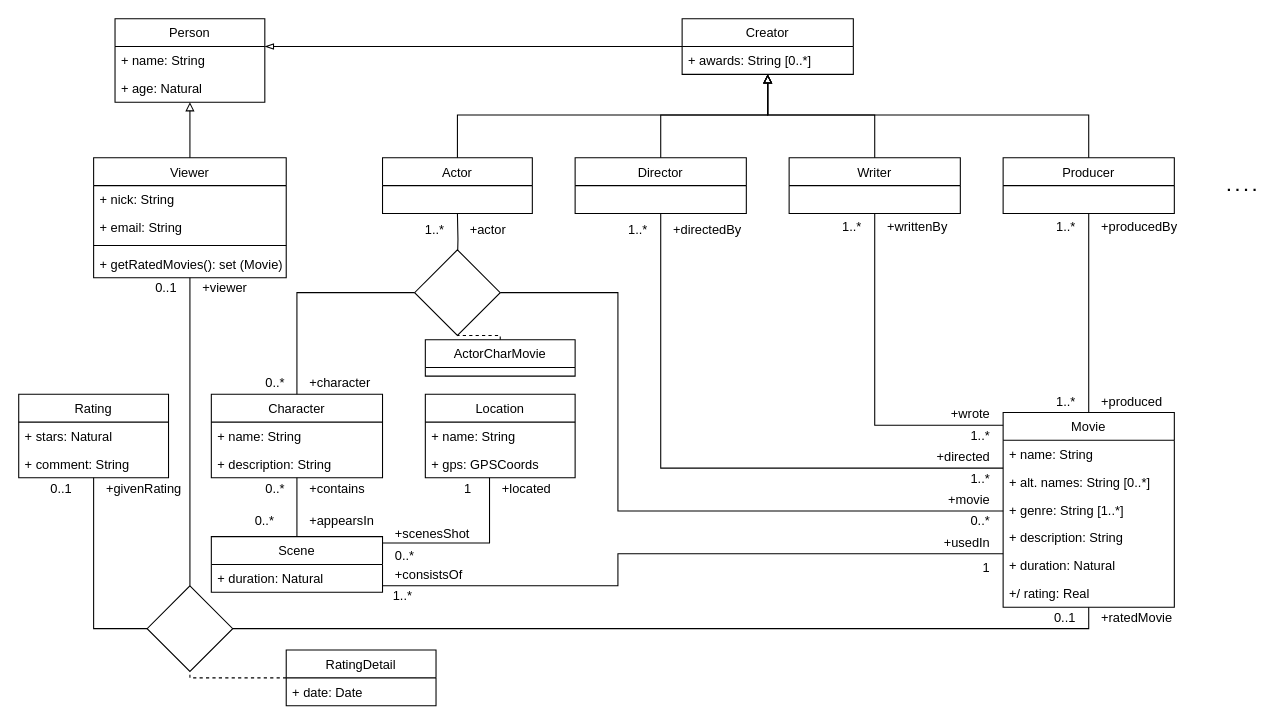
apolicky/ntin043 keeps this draw.io diagram as Untitled Diagram.drawio. Above is the earlier version. Source tidied: cells renumbered, new cells numbered last; positions are measured from the earlier drawing's top-left corner, leaving out a move shared by most shapes. Both pictures are drawn from the tidied source at 107%, with x=0, y=0 at pixel (18, 18).
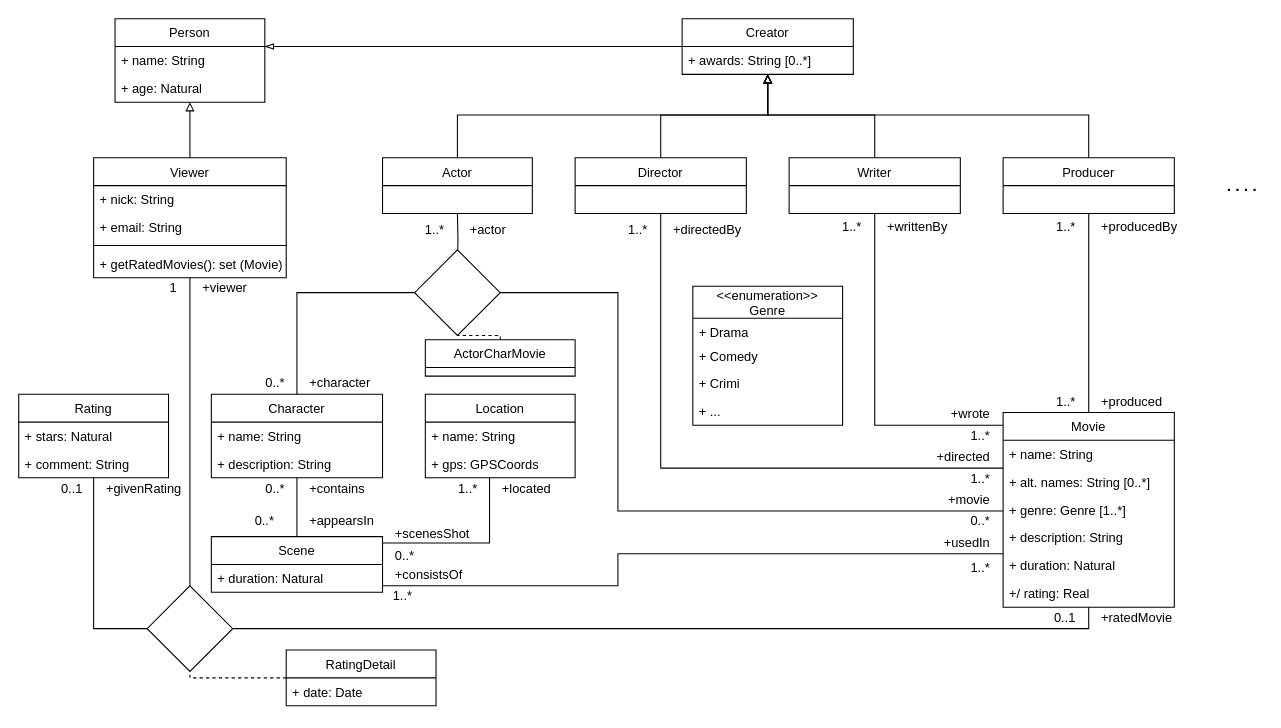
Above is the later version.

The change refers to these unchanged cells:
```xml
<mxCell id="4" value="Movie" style="swimlane;fontStyle=0;horizontal=1;startSize=26;fillColor=none;" parent="1" vertex="1">
  <mxGeometry x="920" y="368" width="160" height="182" as="geometry" />
</mxCell>
```

What changed in the source:
```diff
@@
-    <mxCell id="7" value="+ genre: String [1..*]" style="text;strokeColor=none;fillColor=none;align=left;verticalAlign=top;spacingLeft=4;spacingRight=4;overflow=hidden;" parent="4" vertex="1">
+    <mxCell id="7" value="+ genre: Genre [1..*]" style="text;strokeColor=none;fillColor=none;align=left;verticalAlign=top;spacingLeft=4;spacingRight=4;overflow=hidden;" parent="4" vertex="1">
       <mxGeometry y="78" width="160" height="26" as="geometry" />
     </mxCell>
@@
     <mxCell id="42" value="0..1" style="text;html=1;strokeColor=none;fillColor=none;align=center;verticalAlign=middle;whiteSpace=wrap;rounded=0;" parent="1" vertex="1">
-      <mxGeometry x="20" y="430" width="40" height="20" as="geometry" />
+      <mxGeometry x="30" y="430" width="40" height="20" as="geometry" />
     </mxCell>
@@
-    <mxCell id="44" value="0..1" style="text;html=1;strokeColor=none;fillColor=none;align=right;verticalAlign=middle;whiteSpace=wrap;rounded=0;" parent="1" vertex="1">
+    <mxCell id="44" value="1" style="text;html=1;strokeColor=none;fillColor=none;align=right;verticalAlign=middle;whiteSpace=wrap;rounded=0;" parent="1" vertex="1">
       <mxGeometry x="110" y="242" width="40" height="20" as="geometry" />
     </mxCell>
@@
-    <mxCell id="83" value="1" style="text;html=1;strokeColor=none;fillColor=none;align=right;verticalAlign=middle;whiteSpace=wrap;rounded=0;" parent="1" vertex="1">
+    <mxCell id="83" value="1..*" style="text;html=1;strokeColor=none;fillColor=none;align=right;verticalAlign=middle;whiteSpace=wrap;rounded=0;" parent="1" vertex="1">
       <mxGeometry x="870" y="504" width="40" height="20" as="geometry" />
     </mxCell>
@@
-    <mxCell id="86" value="1" style="text;html=1;strokeColor=none;fillColor=none;align=center;verticalAlign=middle;whiteSpace=wrap;rounded=0;" parent="1" vertex="1">
+    <mxCell id="86" value="1..*" style="text;html=1;strokeColor=none;fillColor=none;align=center;verticalAlign=middle;whiteSpace=wrap;rounded=0;" parent="1" vertex="1">
       <mxGeometry x="400" y="430" width="40" height="20" as="geometry" />
     </mxCell>
@@
+    <mxCell id="96" value="&lt;&lt;enumeration&gt;&gt;&#10;Genre" style="swimlane;fontStyle=0;horizontal=1;startSize=30;fillColor=none;" parent="1" vertex="1">
+      <mxGeometry x="630" y="250" width="140" height="130" as="geometry" />
+    </mxCell>
+    <mxCell id="97" value="+ Drama" style="text;strokeColor=none;fillColor=none;align=left;verticalAlign=top;spacingLeft=4;spacingRight=4;overflow=hidden;" parent="96" vertex="1">
+      <mxGeometry y="30" width="140" height="22" as="geometry" />
+    </mxCell>
+    <mxCell id="98" value="+ Comedy" style="text;strokeColor=none;fillColor=none;align=left;verticalAlign=top;spacingLeft=4;spacingRight=4;overflow=hidden;" parent="96" vertex="1">
+      <mxGeometry y="52" width="140" height="26" as="geometry" />
+    </mxCell>
+    <mxCell id="99" value="+ Crimi" style="text;strokeColor=none;fillColor=none;align=left;verticalAlign=top;spacingLeft=4;spacingRight=4;overflow=hidden;" parent="96" vertex="1">
+      <mxGeometry y="78" width="140" height="26" as="geometry" />
+    </mxCell>
+    <mxCell id="100" value="+ ..." style="text;strokeColor=none;fillColor=none;align=left;verticalAlign=top;spacingLeft=4;spacingRight=4;overflow=hidden;" parent="96" vertex="1">
+      <mxGeometry y="104" width="140" height="26" as="geometry" />
+    </mxCell>
```
